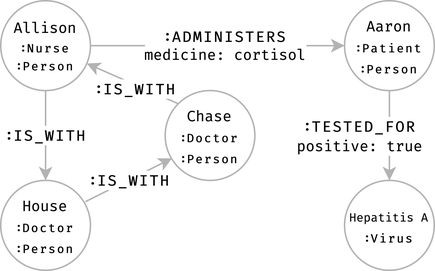
The draw.io diagram examples/hospital/images/window-2.png in Emanuele-Falzone-PhD-Thesis/seraph-example, before a commit. Source tidied: cells renumbered, new cells last; positions are measured from the earlier drawing's top-left corner, leaving out a move shared by most shapes. Source of this version:
```xml
<mxGraphModel>
  <root>
    <mxCell id="0" />
    <mxCell id="1" parent="0" />
    <mxCell id="2" style="edgeStyle=orthogonalEdgeStyle;rounded=0;jettySize=auto;html=1;entryX=0.5;entryY=0;entryDx=0;entryDy=0;strokeColor=#B3B3B3;" parent="1" edge="1" source="6" target="8">
      <mxGeometry relative="1" as="geometry" />
    </mxCell>
    <mxCell id="3" value="&lt;font face=&quot;Fira Code&quot; style=&quot;font-size: 10px&quot;&gt;&lt;b&gt;:IS_WITH&lt;/b&gt;&lt;/font&gt;" style="edgeLabel;html=1;align=center;verticalAlign=middle;fontSize=10;strokeColor=#B3B3B3;" parent="2" vertex="1">
      <mxGeometry x="0.08" relative="1" as="geometry">
        <mxPoint y="-2.4" as="offset" />
      </mxGeometry>
    </mxCell>
    <mxCell id="4" style="edgeStyle=none;rounded=0;jettySize=auto;html=1;exitX=1;exitY=0.5;exitDx=0;exitDy=0;entryX=0;entryY=0.5;entryDx=0;entryDy=0;strokeColor=#B3B3B3;fontFamily=Fira Code;fontSource=https%3A%2F%2Ffonts.googleapis.com%2Fcss%3Ffamily%3DFira%2BCode;fontSize=10;" parent="1" edge="1" source="6" target="14">
      <mxGeometry relative="1" as="geometry" />
    </mxCell>
    <mxCell id="5" value="&lt;b&gt;:ADMINISTERS&lt;/b&gt;&lt;br&gt;medicine: cortisol" style="edgeLabel;html=1;align=center;verticalAlign=middle;fontSize=10;fontFamily=Fira Code;" parent="4" vertex="1">
      <mxGeometry x="-0.23" relative="1" as="geometry">
        <mxPoint x="24.3" as="offset" />
      </mxGeometry>
    </mxCell>
    <mxCell id="6" value="&lt;font style=&quot;font-family: &amp;#34;fira code&amp;#34;&quot;&gt;Allison&lt;/font&gt;&lt;br style=&quot;font-family: &amp;#34;fira code&amp;#34;&quot;&gt;&lt;b style=&quot;font-family: &amp;#34;fira code&amp;#34; ; font-size: 8px&quot;&gt;:Nurse&lt;br&gt;:Person&lt;/b&gt;&lt;font face=&quot;Fira Code&quot;&gt;&lt;br style=&quot;font-size: 10px&quot;&gt;&lt;/font&gt;" style="ellipse;whiteSpace=wrap;html=1;strokeWidth=1;fontSize=10;strokeColor=#B3B3B3;" parent="1" vertex="1">
      <mxGeometry width="60" height="60" as="geometry" />
    </mxCell>
    <mxCell id="7" value="&lt;font face=&quot;Fira Code&quot; style=&quot;font-size: 10px&quot;&gt;&lt;b&gt;:IS_WITH&lt;/b&gt;&lt;/font&gt;" style="edgeStyle=none;rounded=0;jettySize=auto;html=1;exitX=0.944;exitY=0.237;exitDx=0;exitDy=0;entryX=0.076;entryY=0.754;entryDx=0;entryDy=0;entryPerimeter=0;exitPerimeter=0;strokeColor=#B3B3B3;" parent="1" edge="1" source="8" target="11">
      <mxGeometry relative="1" as="geometry" />
    </mxCell>
    <mxCell id="8" value="&lt;span style=&quot;font-family: &amp;#34;fira code&amp;#34; ; font-size: 10px&quot;&gt;House&lt;/span&gt;&lt;br style=&quot;font-family: &amp;#34;fira code&amp;#34; ; font-size: 10px&quot;&gt;&lt;font style=&quot;font-family: &amp;#34;fira code&amp;#34; ; font-size: 8px&quot;&gt;&lt;b&gt;:Doctor&lt;br&gt;:Person&lt;/b&gt;&lt;/font&gt;&lt;font face=&quot;Fira Code&quot;&gt;&lt;br&gt;&lt;/font&gt;" style="ellipse;whiteSpace=wrap;html=1;strokeWidth=1;strokeColor=#B3B3B3;" parent="1" vertex="1">
      <mxGeometry y="120" width="60" height="60" as="geometry" />
    </mxCell>
    <mxCell id="9" style="edgeStyle=none;rounded=0;jettySize=auto;html=1;exitX=0;exitY=0;exitDx=0;exitDy=0;strokeColor=#B3B3B3;" parent="1" edge="1" source="11" target="6">
      <mxGeometry relative="1" as="geometry" />
    </mxCell>
    <mxCell id="10" value="&lt;font face=&quot;Fira Code&quot; style=&quot;font-size: 10px&quot;&gt;&lt;b&gt;:IS_WITH&lt;/b&gt;&lt;/font&gt;" style="edgeLabel;html=1;align=center;verticalAlign=middle;fontSize=10;strokeColor=#B3B3B3;" parent="9" vertex="1">
      <mxGeometry x="-0.24" relative="1" as="geometry">
        <mxPoint x="-5.4" as="offset" />
      </mxGeometry>
    </mxCell>
    <mxCell id="11" value="&lt;span style=&quot;font-family: &amp;#34;fira code&amp;#34; ; font-size: 10px&quot;&gt;Chase&lt;/span&gt;&lt;br style=&quot;font-family: &amp;#34;fira code&amp;#34; ; font-size: 10px&quot;&gt;&lt;font style=&quot;font-family: &amp;#34;fira code&amp;#34; ; font-size: 8px&quot;&gt;&lt;b&gt;:Doctor&lt;br&gt;:Person&lt;/b&gt;&lt;/font&gt;&lt;font face=&quot;Fira Code&quot;&gt;&lt;br&gt;&lt;/font&gt;" style="ellipse;whiteSpace=wrap;html=1;strokeWidth=1;strokeColor=#B3B3B3;" parent="1" vertex="1">
      <mxGeometry x="110" y="60" width="60" height="60" as="geometry" />
    </mxCell>
    <mxCell id="12" style="edgeStyle=none;rounded=0;jettySize=auto;html=1;exitX=0.5;exitY=1;exitDx=0;exitDy=0;entryX=0.5;entryY=0;entryDx=0;entryDy=0;strokeColor=#B3B3B3;" parent="1" edge="1" source="14" target="15">
      <mxGeometry relative="1" as="geometry" />
    </mxCell>
    <mxCell id="13" value="&lt;font face=&quot;Fira Code&quot; style=&quot;font-size: 10px;&quot;&gt;&lt;b style=&quot;font-size: 10px;&quot;&gt;:TESTED_FOR&lt;/b&gt;&lt;br style=&quot;font-size: 10px;&quot;&gt;positive: true&lt;br style=&quot;font-size: 10px;&quot;&gt;&lt;/font&gt;" style="edgeLabel;html=1;align=center;verticalAlign=middle;fontSize=10;strokeColor=#B3B3B3;" parent="12" vertex="1">
      <mxGeometry x="-0.37" y="-2" relative="1" as="geometry">
        <mxPoint x="-18" y="11.1" as="offset" />
      </mxGeometry>
    </mxCell>
    <mxCell id="14" value="&lt;font style=&quot;font-family: &amp;#34;fira code&amp;#34; ; font-size: 10px&quot;&gt;Aaron&lt;/font&gt;&lt;br style=&quot;font-family: &amp;#34;fira code&amp;#34; ; font-size: 10px&quot;&gt;&lt;b style=&quot;font-family: &amp;#34;fira code&amp;#34; ; font-size: 8px&quot;&gt;:Patient&lt;br&gt;:Person&lt;/b&gt;&lt;font face=&quot;Fira Code&quot;&gt;&lt;br&gt;&lt;/font&gt;" style="ellipse;whiteSpace=wrap;html=1;strokeWidth=1;strokeColor=#B3B3B3;" parent="1" vertex="1">
      <mxGeometry x="230" width="60" height="60" as="geometry" />
    </mxCell>
    <mxCell id="15" value="&lt;font style=&quot;font-family: &amp;#34;fira code&amp;#34;&quot;&gt;&lt;font&gt;&lt;span style=&quot;font-size: 8px&quot;&gt;Hepatitis A&lt;/span&gt;&lt;font size=&quot;1&quot;&gt;&lt;br&gt;&lt;/font&gt;&lt;/font&gt;&lt;b style=&quot;font-size: 8px&quot;&gt;:Virus&lt;/b&gt;&lt;/font&gt;&lt;font face=&quot;Fira Code&quot;&gt;&lt;br&gt;&lt;/font&gt;" style="ellipse;whiteSpace=wrap;html=1;strokeWidth=1;strokeColor=#B3B3B3;" parent="1" vertex="1">
      <mxGeometry x="230" y="120" width="60" height="60" as="geometry" />
    </mxCell>
  </root>
</mxGraphModel>
```
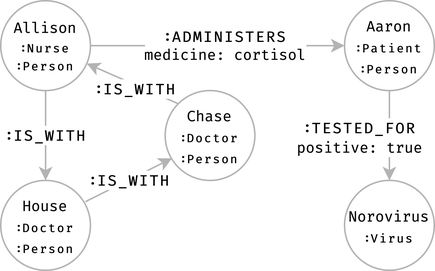
Later version of the same file.

Commit message:
Update images using Norovirus

What changed in the source:
```diff
@@ -49,7 +49,7 @@
     <mxCell id="14" value="&lt;font style=&quot;font-family: &amp;#34;fira code&amp;#34; ; font-size: 10px&quot;&gt;Aaron&lt;/font&gt;&lt;br style=&quot;font-family: &amp;#34;fira code&amp;#34; ; font-size: 10px&quot;&gt;&lt;b style=&quot;font-family: &amp;#34;fira code&amp;#34; ; font-size: 8px&quot;&gt;:Patient&lt;br&gt;:Person&lt;/b&gt;&lt;font face=&quot;Fira Code&quot;&gt;&lt;br&gt;&lt;/font&gt;" style="ellipse;whiteSpace=wrap;html=1;strokeWidth=1;strokeColor=#B3B3B3;" parent="1" vertex="1">
       <mxGeometry x="230" width="60" height="60" as="geometry" />
     </mxCell>
-    <mxCell id="15" value="&lt;font style=&quot;font-family: &amp;#34;fira code&amp;#34;&quot;&gt;&lt;font&gt;&lt;span style=&quot;font-size: 8px&quot;&gt;Hepatitis A&lt;/span&gt;&lt;font size=&quot;1&quot;&gt;&lt;br&gt;&lt;/font&gt;&lt;/font&gt;&lt;b style=&quot;font-size: 8px&quot;&gt;:Virus&lt;/b&gt;&lt;/font&gt;&lt;font face=&quot;Fira Code&quot;&gt;&lt;br&gt;&lt;/font&gt;" style="ellipse;whiteSpace=wrap;html=1;strokeWidth=1;strokeColor=#B3B3B3;" parent="1" vertex="1">
+    <mxCell id="15" value="&lt;font style=&quot;font-size: 10px ; font-family: &amp;#34;fira code&amp;#34;&quot;&gt;Norovirus&lt;/font&gt;&lt;br style=&quot;font-size: 10px ; font-family: &amp;#34;fira code&amp;#34;&quot;&gt;&lt;b style=&quot;font-family: &amp;#34;fira code&amp;#34; ; font-size: 8px&quot;&gt;:Virus&lt;/b&gt;&lt;font face=&quot;Fira Code&quot;&gt;&lt;br&gt;&lt;/font&gt;" style="ellipse;whiteSpace=wrap;html=1;strokeWidth=1;strokeColor=#B3B3B3;" parent="1" vertex="1">
       <mxGeometry x="230" y="120" width="60" height="60" as="geometry" />
     </mxCell>
   </root>
```
